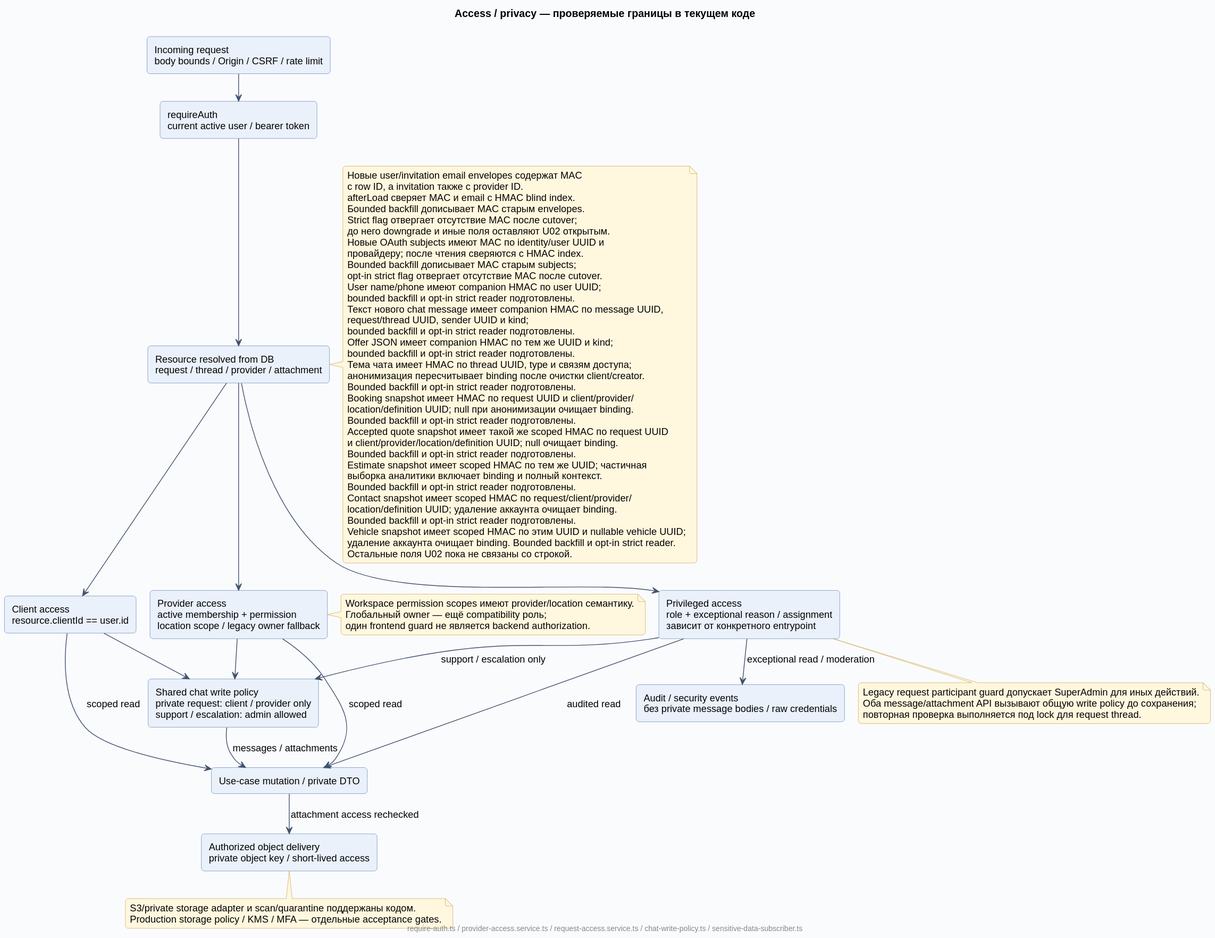
Above: docs/diagrams/rendered/09-access-privacy.svg in Dima163163/auto-care-hub (PlantUML), before the change.
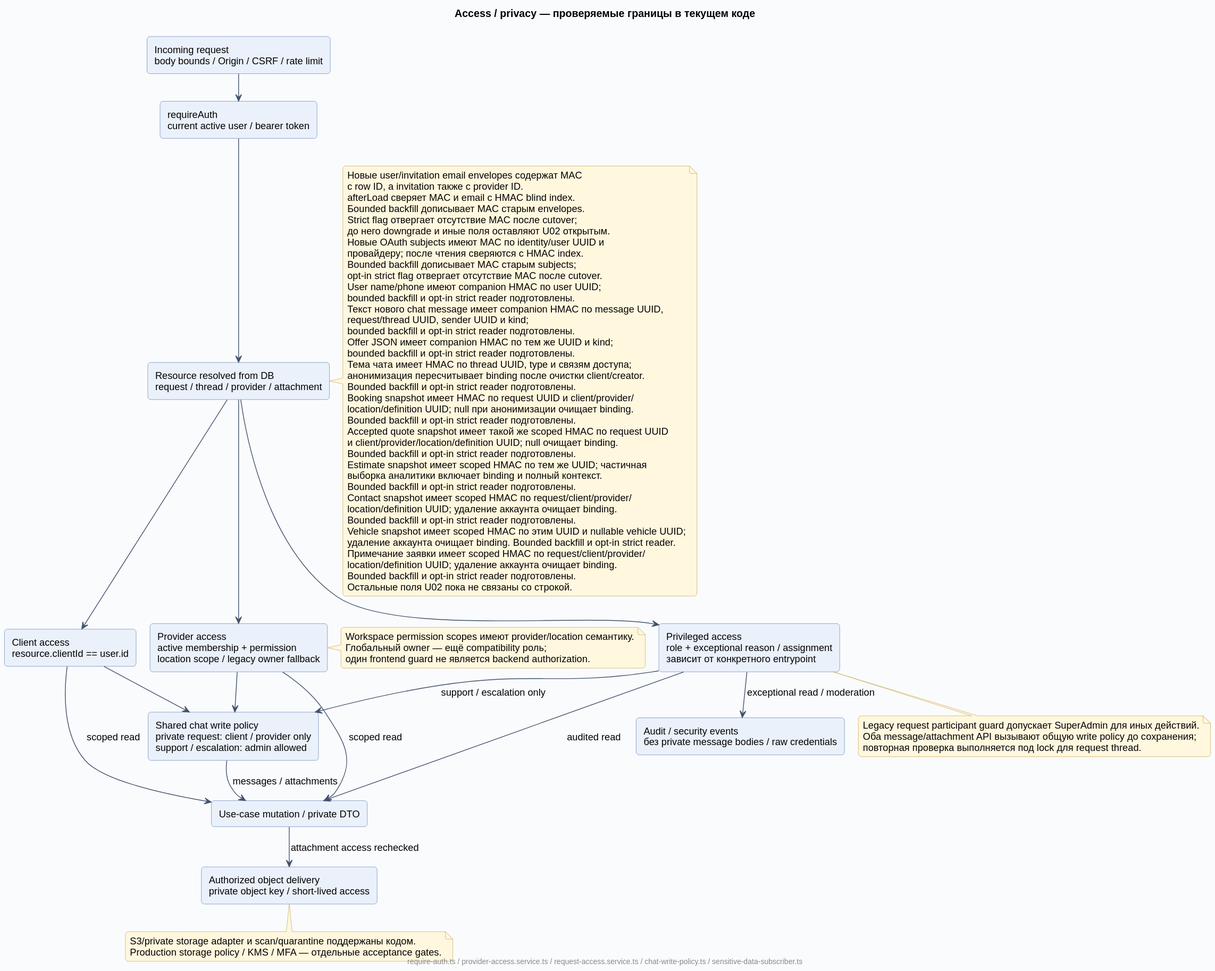
The same file after the commit.

What changed in the source:
```diff
@@ -66,6 +66,9 @@
   Bounded backfill и opt-in strict reader подготовлены.
   Vehicle snapshot имеет scoped HMAC по этим UUID и nullable vehicle UUID;
   удаление аккаунта очищает binding. Bounded backfill и opt-in strict reader.
+  Примечание заявки имеет scoped HMAC по request/client/provider/
+  location/definition UUID; удаление аккаунта очищает binding.
+  Bounded backfill и opt-in strict reader подготовлены.
   Остальные поля U02 пока не связаны со строкой.
 end note
 note bottom of Admin
```
